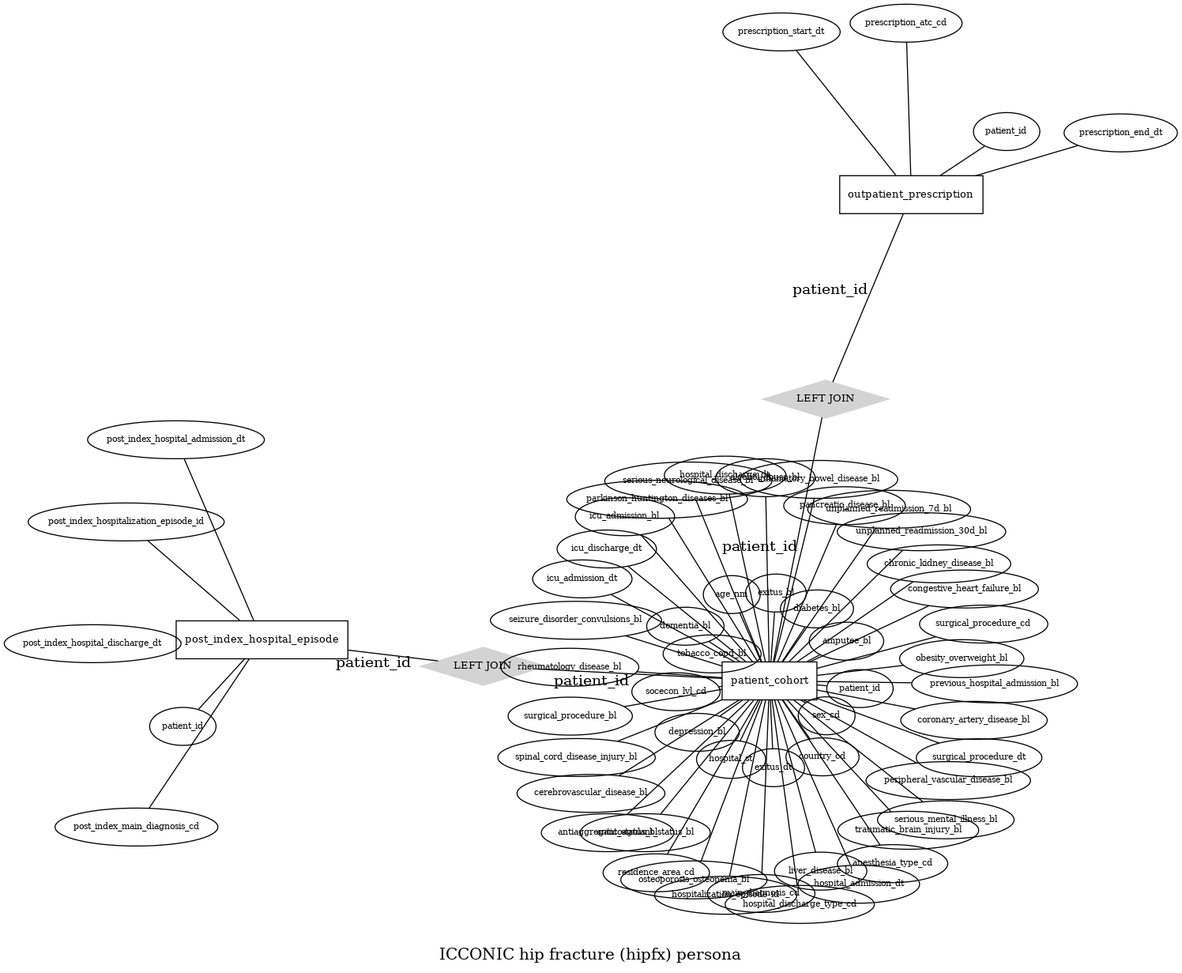
This is docs/CDM/ER.gv.png from cienciadedatosysalud/ICCONIC-HIPFX, a Graphviz export, as it was before one commit. Its source is kept beside it as docs/CDM/ER.gv.
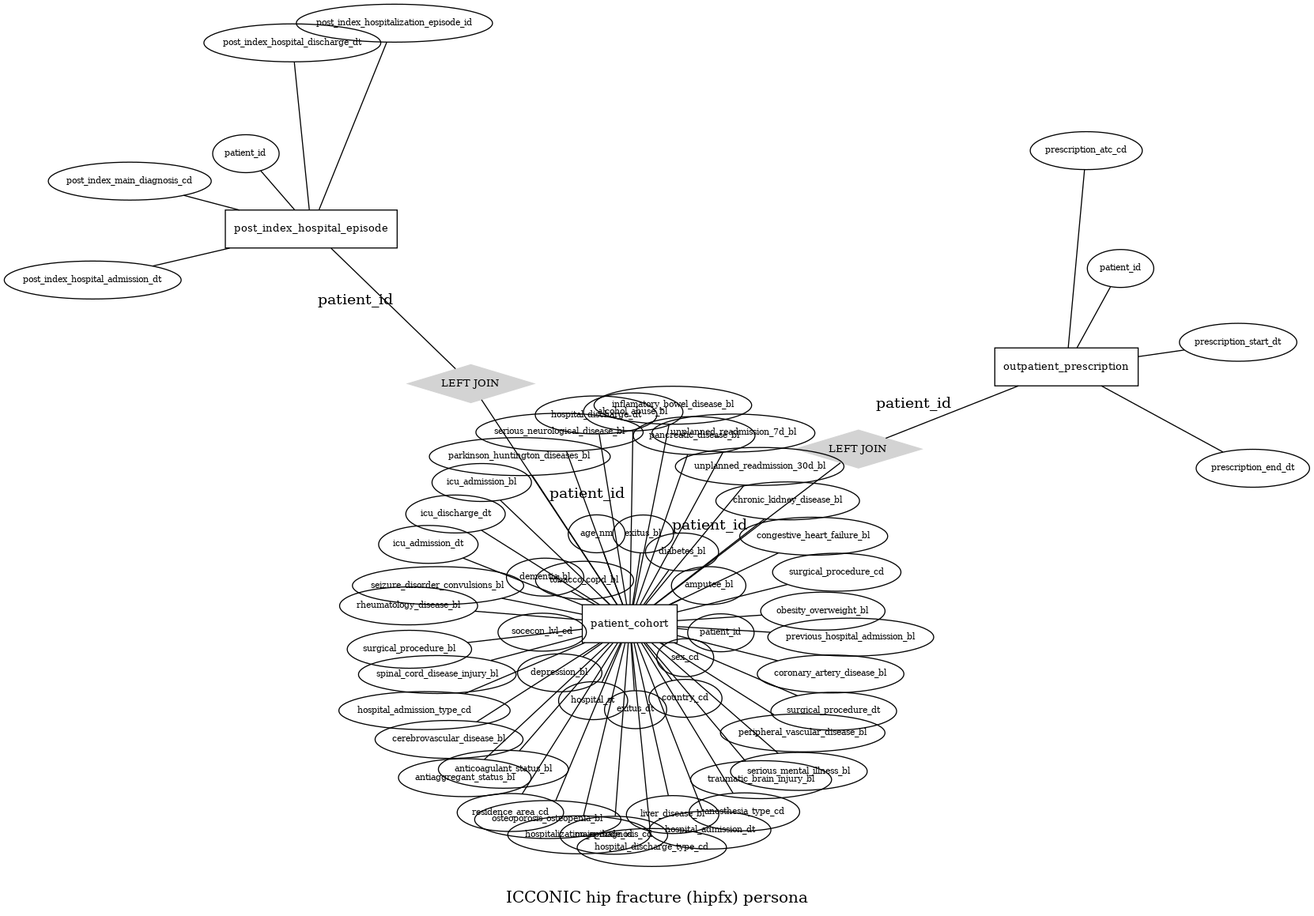
After the change.

Change to the diagram source:
```diff
@@ -100,6 +100,8 @@
 	patient_cohort_amputee_bl -- patient_cohort [len=1.5]
 	patient_cohort_previous_hospital_admission_bl [label=previous_hospital_admission_bl fontsize="8pt"]
 	patient_cohort_previous_hospital_admission_bl -- patient_cohort [len=2.1]
+	"patient_cohort_hospital_admission_type_cd	" [label="hospital_admission_type_cd	" fontsize="8pt"]
+	"patient_cohort_hospital_admission_type_cd	" -- patient_cohort [len=2.1]
 	node [shape=box]
 	outpatient_prescription [fontsize="10pt"]
 	node [shape=ellipse]
```
